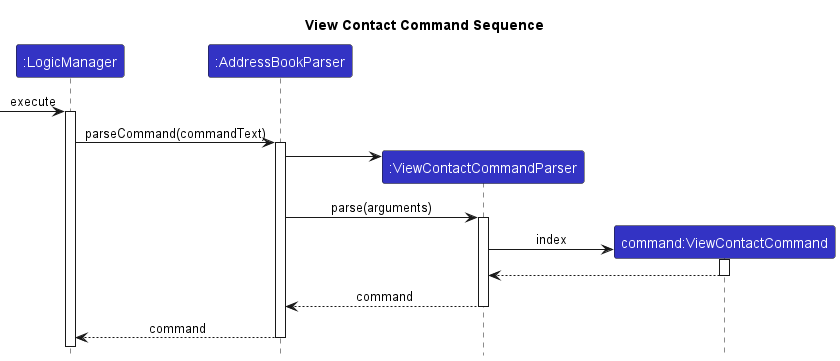
Earlier version of the PlantUML export docs/images/tracing/ViewContactCommandSequenceDiagram-ViewContactCommandSequence.png (nus-cs2103-AY2324S1/tp). Its diagram source:
```plantuml
@startuml
!include ../style.puml
skinparam ArrowFontStyle plain

title View Contact Command Sequence

Participant ":LogicManager" as logic LOGIC_COLOR
Participant ":AddressBookParser" as abp LOGIC_COLOR
Participant ":ViewContactCommandParser" as vccp LOGIC_COLOR
Participant "command:ViewContactCommand" as ec LOGIC_COLOR

[-> logic : execute
activate logic
logic -> abp ++: parseCommand(commandText)
create vccp
abp -> vccp
abp -> vccp ++: parse(arguments)
create ec
vccp -> ec ++: index
ec --> vccp --
vccp --> abp --: command
abp --> logic --: command

@enduml
```
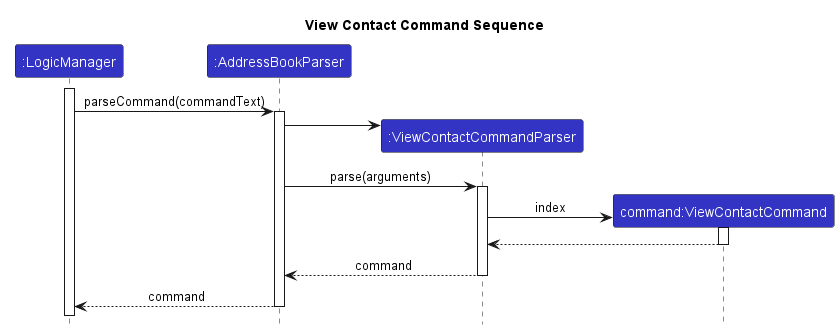
After the commit.

Change to the diagram source:
```diff
@@ -9,7 +9,7 @@
 Participant ":ViewContactCommandParser" as vccp LOGIC_COLOR
 Participant "command:ViewContactCommand" as ec LOGIC_COLOR
 
-[-> logic : execute
+
 activate logic
 logic -> abp ++: parseCommand(commandText)
 create vccp
```
